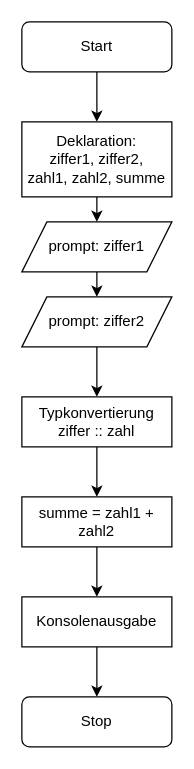
This is page "4. Iteration" (4 of 4) of pap.drawio from 00-PP-YasmeenMas/02_CodeChallenge_01, a draw.io file, before an edit. Source tidied: cells renumbered, new cells numbered last; positions are measured from the earlier drawing's top-left corner, leaving out a move shared by most shapes. Both pictures are drawn from the tidied source at 125%, with x=0, y=0 at pixel (21, 21).
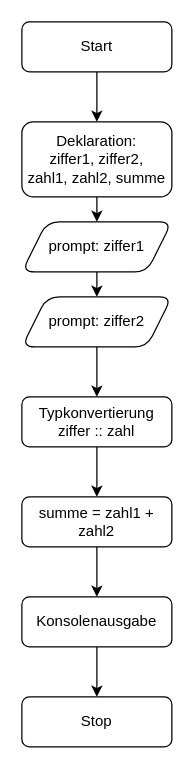
The same page after the edit.

Change to the diagram source:
```diff
@@
 <mxGraphModel>
   <root>
     <mxCell id="0" />
     <mxCell id="1" parent="0" />
     <mxCell id="2" style="edgeStyle=none;html=1;" parent="1" edge="1" source="3" target="14">
       <mxGeometry relative="1" as="geometry" />
     </mxCell>
     <mxCell id="3" value="Start" style="rounded=1;whiteSpace=wrap;html=1;" parent="1" vertex="1">
       <mxGeometry width="120" height="40" as="geometry" />
     </mxCell>
     <mxCell id="4" value="Stop" style="rounded=1;whiteSpace=wrap;html=1;" parent="1" vertex="1">
       <mxGeometry y="540" width="120" height="40" as="geometry" />
     </mxCell>
     <mxCell id="5" style="edgeStyle=none;html=1;" parent="1" edge="1" source="6" target="8">
       <mxGeometry relative="1" as="geometry" />
     </mxCell>
-    <mxCell id="6" value="prompt: ziffer1" style="shape=parallelogram;perimeter=parallelogramPerimeter;whiteSpace=wrap;html=1;fixedSize=1;" parent="1" vertex="1">
+    <mxCell id="6" value="prompt: ziffer1" style="shape=parallelogram;perimeter=parallelogramPerimeter;whiteSpace=wrap;html=1;fixedSize=1;rounded=1;" parent="1" vertex="1">
       <mxGeometry y="160" width="120" height="40" as="geometry" />
     </mxCell>
     <mxCell id="7" style="edgeStyle=none;html=1;" parent="1" edge="1" source="8" target="16">
       <mxGeometry relative="1" as="geometry" />
     </mxCell>
-    <mxCell id="8" value="prompt: ziffer2" style="shape=parallelogram;perimeter=parallelogramPerimeter;whiteSpace=wrap;html=1;fixedSize=1;" parent="1" vertex="1">
+    <mxCell id="8" value="prompt: ziffer2" style="shape=parallelogram;perimeter=parallelogramPerimeter;whiteSpace=wrap;html=1;fixedSize=1;rounded=1;" parent="1" vertex="1">
       <mxGeometry y="220" width="120" height="40" as="geometry" />
     </mxCell>
     <mxCell id="9" style="edgeStyle=none;html=1;" parent="1" edge="1" source="10" target="12">
       <mxGeometry relative="1" as="geometry" />
     </mxCell>
-    <mxCell id="10" value="summe = zahl1 + zahl2" style="rounded=0;whiteSpace=wrap;html=1;" parent="1" vertex="1">
+    <mxCell id="10" value="summe = zahl1 + zahl2" style="rounded=1;whiteSpace=wrap;html=1;" parent="1" vertex="1">
       <mxGeometry y="380" width="120" height="40" as="geometry" />
     </mxCell>
     <mxCell id="11" style="edgeStyle=none;html=1;" parent="1" edge="1" source="12" target="4">
       <mxGeometry relative="1" as="geometry" />
     </mxCell>
-    <mxCell id="12" value="Konsolenausgabe" style="rounded=0;whiteSpace=wrap;html=1;" parent="1" vertex="1">
+    <mxCell id="12" value="Konsolenausgabe" style="rounded=1;whiteSpace=wrap;html=1;" parent="1" vertex="1">
       <mxGeometry y="460" width="120" height="40" as="geometry" />
     </mxCell>
     <mxCell id="13" style="edgeStyle=none;html=1;" parent="1" edge="1" source="14" target="6">
       <mxGeometry relative="1" as="geometry" />
     </mxCell>
-    <mxCell id="14" value="Deklaration:&lt;br&gt;ziffer1, ziffer2,&lt;br&gt;zahl1, zahl2, summe" style="rounded=0;whiteSpace=wrap;html=1;" parent="1" vertex="1">
+    <mxCell id="14" value="Deklaration:&lt;br&gt;ziffer1, ziffer2,&lt;br&gt;zahl1, zahl2, summe" style="rounded=1;whiteSpace=wrap;html=1;" parent="1" vertex="1">
       <mxGeometry y="80" width="120" height="60" as="geometry" />
     </mxCell>
     <mxCell id="15" style="edgeStyle=none;html=1;" parent="1" edge="1" source="16" target="10">
       <mxGeometry relative="1" as="geometry" />
     </mxCell>
-    <mxCell id="16" value="Typkonvertierung&lt;br&gt;ziffer :: zahl" style="rounded=0;whiteSpace=wrap;html=1;" parent="1" vertex="1">
+    <mxCell id="16" value="Typkonvertierung&lt;br&gt;ziffer :: zahl" style="rounded=1;whiteSpace=wrap;html=1;" parent="1" vertex="1">
       <mxGeometry y="300" width="120" height="40" as="geometry" />
     </mxCell>
   </root>
 </mxGraphModel>
```
